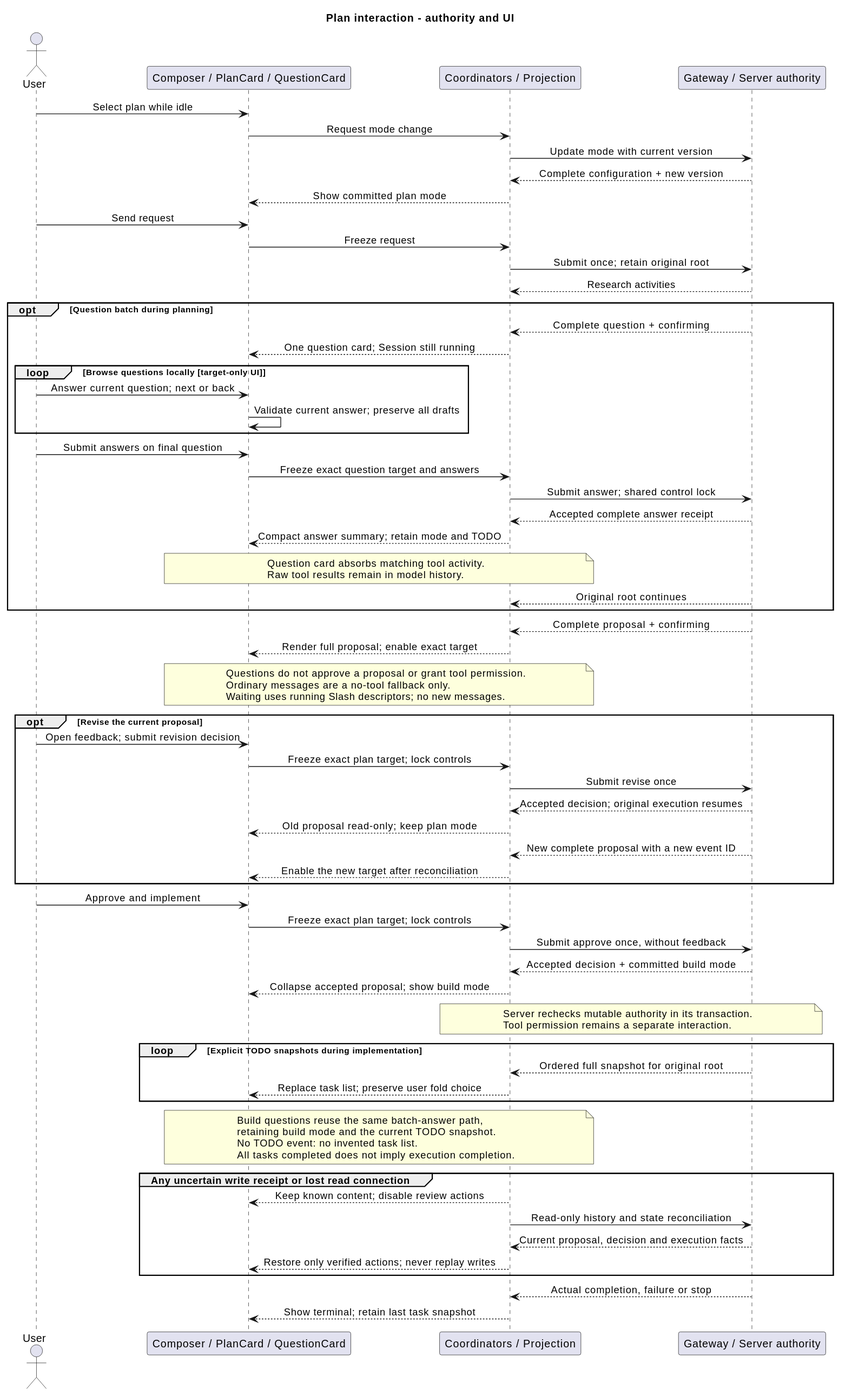
Earlier version of the PlantUML export 07-前端设计/技术设计/target_plan_interaction.svg (ssm0808/pi-mono-java-design).
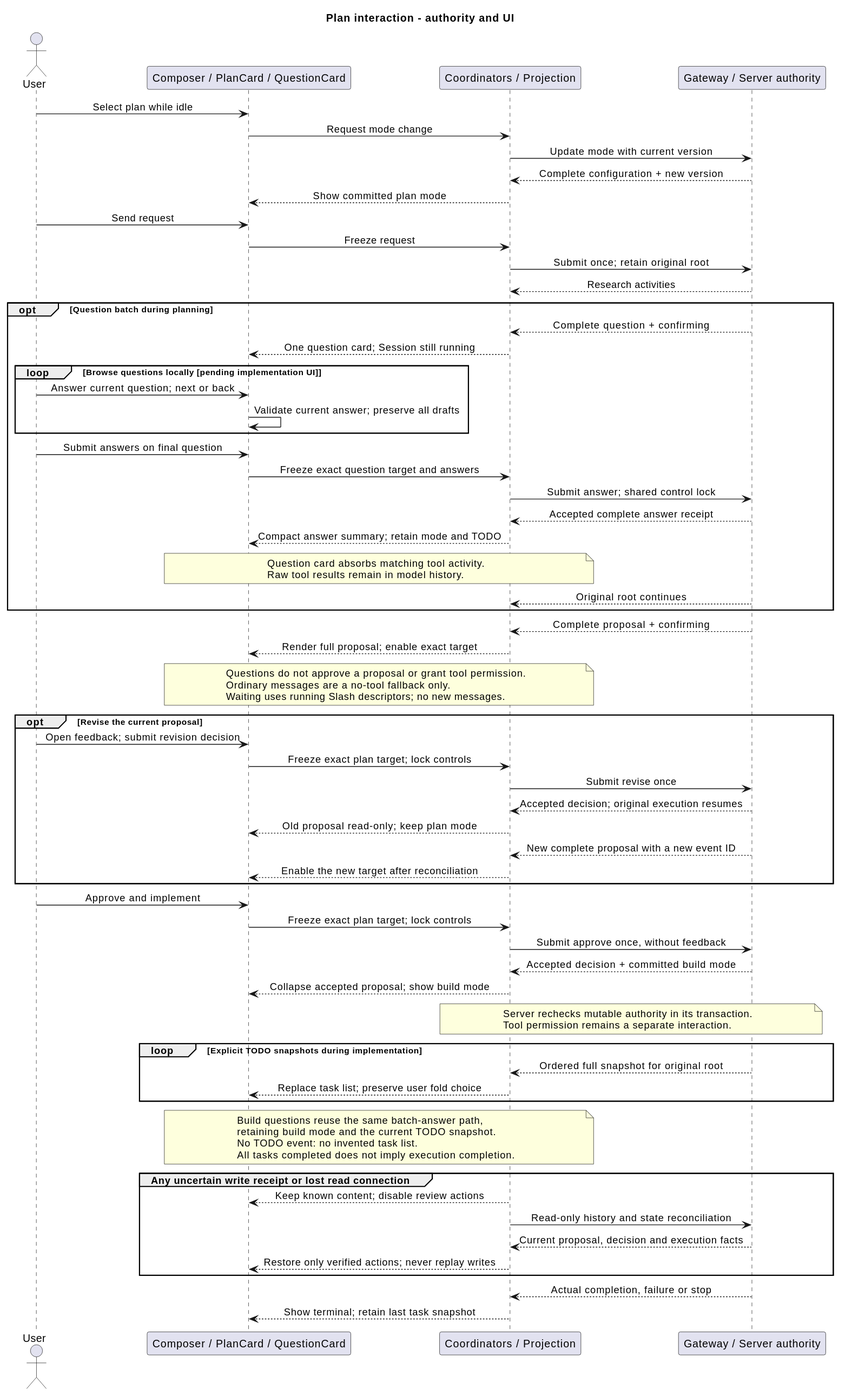
The same file after the commit.

The edit, as a diff of the source:
```diff
@@ -20,7 +20,7 @@
 opt Question batch during planning
   API --> State : Complete question + confirming
   State --> UI : One question card; Session still running
-  loop Browse questions locally [target-only UI]
+  loop Browse questions locally [pending implementation UI]
     User -> UI : Answer current question; next or back
     UI -> UI : Validate current answer; preserve all drafts
   end
```
